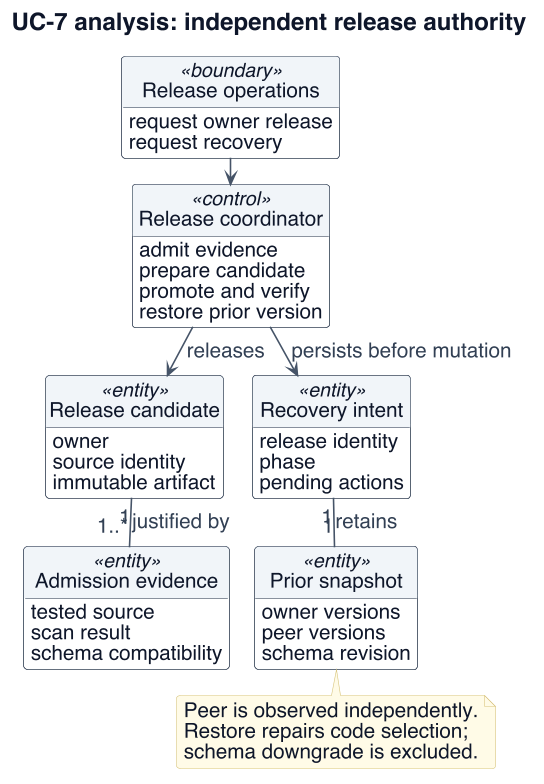
The PlantUML diagram project-documentation/final-report/figures/uc7-analysis-class.png in Collaboration95/dc2, before a commit. Source of this version:
```plantuml
@startuml
!include _style.iuml
skinparam defaultFontSize 20
skinparam ArrowFontSize 18
skinparam classAttributeFontSize 18
skinparam ClassStereotypeFontSize 17
skinparam NoteFontSize 18
skinparam titleFontSize 21
skinparam BoxPadding 8
skinparam maxMessageSize 230
skinparam nodesep 22
skinparam ranksep 22
skinparam sequenceMessageAlign left
hide footbox
hide circle
title UC-7 analysis: independent release authority
top to bottom direction
class "Release operations" as ops <<boundary>> {
 request owner release
 request recovery
}
class "Release coordinator" as ctl <<control>> {
 admit evidence
 prepare candidate
 promote and verify
 restore prior version
}
class "Release candidate" as candidate <<entity>> {
 owner
 source identity
 immutable artifact
}
class "Admission evidence" as evidence <<entity>> {
 tested source
 scan result
 schema compatibility
}
class "Recovery intent" as intent <<entity>> {
 release identity
 phase
 pending actions
}
class "Prior snapshot" as prior <<entity>> {
 owner versions
 peer versions
 schema revision
}
ops --> ctl
ctl --> candidate : releases
candidate "1" -- "1..*" evidence : justified by
ctl --> intent : persists before mutation
intent "1" -- "1" prior : retains
note bottom of prior
 Peer is observed independently.
 Restore repairs code selection;
 schema downgrade is excluded.
end note
@enduml
```
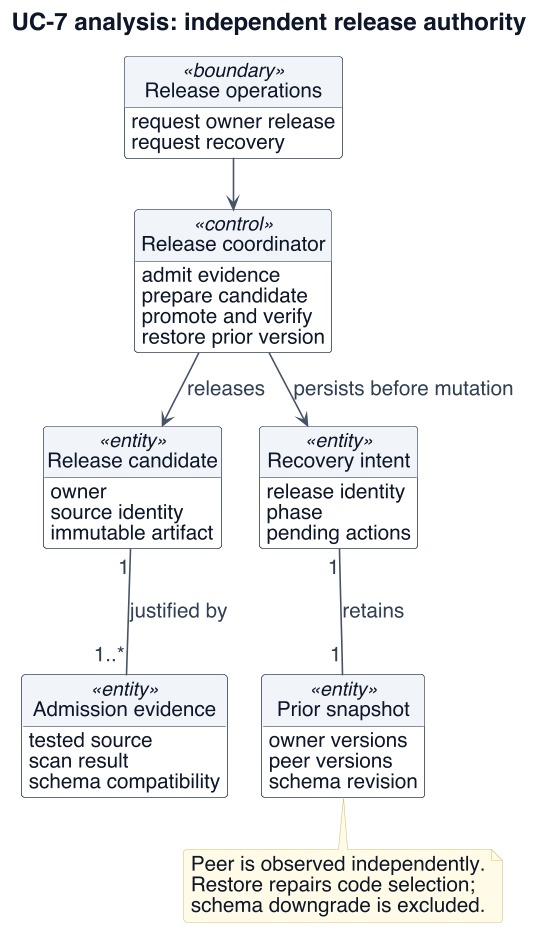
After the commit.

The edit, as a diff of the source:
```diff
@@ -8,8 +8,8 @@
 skinparam titleFontSize 21
 skinparam BoxPadding 8
 skinparam maxMessageSize 230
-skinparam nodesep 22
-skinparam ranksep 22
+skinparam nodesep 30
+skinparam ranksep 44
 skinparam sequenceMessageAlign left
 hide footbox
 hide circle
@@ -47,9 +47,9 @@
 }
 ops --> ctl
 ctl --> candidate : releases
-candidate "1" -- "1..*" evidence : justified by
+candidate "1" --- "1..*" evidence : justified by
 ctl --> intent : persists before mutation
-intent "1" -- "1" prior : retains
+intent "1" --- "1" prior : retains
 note bottom of prior
  Peer is observed independently.
  Restore repairs code selection;
```
